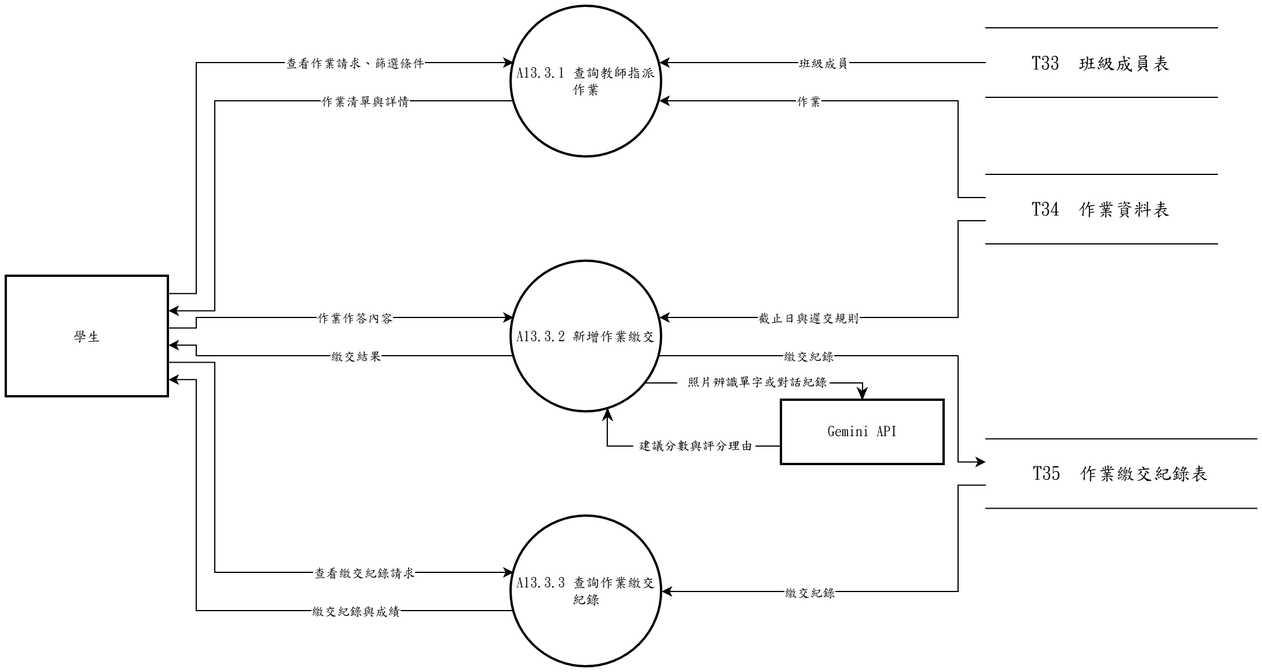
The draw.io diagram 系統文件/第6章/DFD圖/圖13/圖13-3.drawio.png in s22452007/115502, before a commit. Source tidied: cells renumbered, new cells last; positions are measured from the earlier drawing's top-left corner, leaving out a move shared by most shapes.
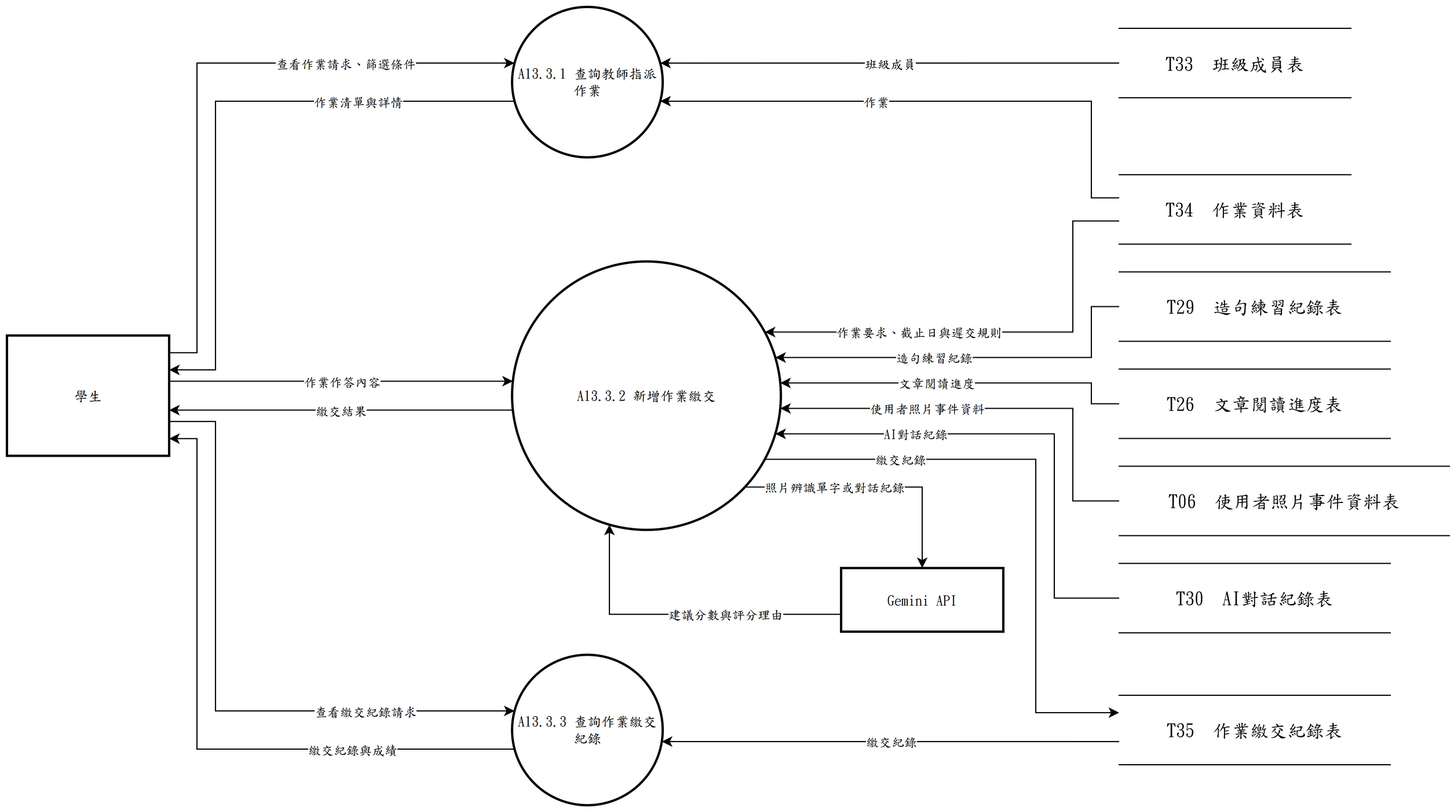
Above is the later version.

The edit, as a diff of the source:
```diff
@@ -6,44 +6,56 @@
       <mxGeometry x="436" width="130" height="130" as="geometry" />
     </mxCell>
     <mxCell id="3" value="A13.3.2 新增作業繳交" style="ellipse;strokeWidth=2;whiteSpace=wrap;html=1;fontFamily=標楷體;" parent="1" vertex="1">
-      <mxGeometry x="436" y="220" width="130" height="130" as="geometry" />
+      <mxGeometry x="436" y="220" width="232" height="232" as="geometry" />
     </mxCell>
     <mxCell id="4" value="A13.3.3 查詢作業繳交紀錄" style="ellipse;strokeWidth=2;whiteSpace=wrap;html=1;fontFamily=標楷體;" parent="1" vertex="1">
-      <mxGeometry x="436" y="440" width="130" height="130" as="geometry" />
+      <mxGeometry x="436" y="560" width="130" height="130" as="geometry" />
     </mxCell>
     <mxCell id="5" value="學生" style="whiteSpace=wrap;strokeWidth=2;html=1;fontFamily=標楷體;" parent="1" vertex="1">
-      <mxGeometry y="233" width="140" height="104" as="geometry" />
+      <mxGeometry y="284" width="140" height="104" as="geometry" />
     </mxCell>
     <mxCell id="6" value="T33  班級成員表" style="shape=partialRectangle;whiteSpace=wrap;html=1;left=0;right=0;fontFamily=標楷體;fontSize=16;" parent="1" vertex="1">
-      <mxGeometry x="846" y="18.5" width="200" height="60" as="geometry" />
+      <mxGeometry x="960" y="18.5" width="200" height="60" as="geometry" />
     </mxCell>
     <mxCell id="7" value="T34  作業資料表" style="shape=partialRectangle;whiteSpace=wrap;html=1;left=0;right=0;fontFamily=標楷體;fontSize=16;" parent="1" vertex="1">
-      <mxGeometry x="846" y="145" width="200" height="60" as="geometry" />
+      <mxGeometry x="960" y="145" width="200" height="60" as="geometry" />
     </mxCell>
+    <mxCell id="36" value="T30  AI對話紀錄表" style="shape=partialRectangle;whiteSpace=wrap;html=1;left=0;right=0;fontFamily=標楷體;fontSize=16;" parent="1" vertex="1">
+      <mxGeometry x="960" y="481" width="234" height="60" as="geometry" />
+    </mxCell>
+    <mxCell id="37" value="T06  使用者照片事件資料表" style="shape=partialRectangle;whiteSpace=wrap;html=1;left=0;right=0;fontFamily=標楷體;fontSize=16;" parent="1" vertex="1">
+      <mxGeometry x="960" y="397" width="285" height="60" as="geometry" />
+    </mxCell>
+    <mxCell id="38" value="T26  文章閱讀進度表" style="shape=partialRectangle;whiteSpace=wrap;html=1;left=0;right=0;fontFamily=標楷體;fontSize=16;" parent="1" vertex="1">
+      <mxGeometry x="960" y="313" width="234" height="60" as="geometry" />
+    </mxCell>
+    <mxCell id="39" value="T29  造句練習紀錄表" style="shape=partialRectangle;whiteSpace=wrap;html=1;left=0;right=0;fontFamily=標楷體;fontSize=16;" parent="1" vertex="1">
+      <mxGeometry x="960" y="229" width="234" height="60" as="geometry" />
+    </mxCell>
     <mxCell id="8" value="T35  作業繳交紀錄表" style="shape=partialRectangle;whiteSpace=wrap;html=1;left=0;right=0;fontFamily=標楷體;fontSize=16;" parent="1" vertex="1">
-      <mxGeometry x="846" y="373.2" width="234" height="60" as="geometry" />
+      <mxGeometry x="960" y="595" width="234" height="60" as="geometry" />
     </mxCell>
     <mxCell id="9" style="edgeStyle=none;rounded=0;html=1;fontFamily=標楷體;endArrow=classic;exitX=1.0000;exitY=0.1429;exitDx=0;exitDy=0;exitPerimeter=0;entryX=0.0163;entryY=0.3733;entryDx=0;entryDy=0;entryPerimeter=0;" parent="1" edge="1" source="5" target="2">
       <mxGeometry relative="1" as="geometry">
         <Array as="points">
-          <mxPoint x="164" y="247.9" />
+          <mxPoint x="164" y="298.9" />
           <mxPoint x="164" y="48.5" />
         </Array>
       </mxGeometry>
     </mxCell>
     <mxCell id="10" value="查看作業請求、篩選條件" style="edgeLabel;html=1;align=center;verticalAlign=middle;fontFamily=標楷體;" parent="9" vertex="1">
-      <mxGeometry x="0.45" relative="1" as="geometry" />
+      <mxGeometry x="0.47" relative="1" as="geometry" />
     </mxCell>
     <mxCell id="11" style="edgeStyle=none;rounded=0;html=1;fontFamily=標楷體;endArrow=classic;exitX=0.0000;exitY=0.3333;exitDx=0;exitDy=0;exitPerimeter=0;entryX=0.9837;entryY=0.6267;entryDx=0;entryDy=0;entryPerimeter=0;" parent="1" edge="1" source="7" target="2">
       <mxGeometry relative="1" as="geometry">
         <Array as="points">
-          <mxPoint x="822" y="165" />
-          <mxPoint x="822" y="81.5" />
+          <mxPoint x="936" y="165" />
+          <mxPoint x="936" y="81.5" />
         </Array>
       </mxGeometry>
     </mxCell>
     <mxCell id="12" value="作業" style="edgeLabel;html=1;align=center;verticalAlign=middle;fontFamily=標楷體;" parent="11" vertex="1">
-      <mxGeometry x="0.29" relative="1" as="geometry" />
+      <mxGeometry x="0.22" relative="1" as="geometry" />
     </mxCell>
     <mxCell id="13" style="edgeStyle=none;rounded=0;html=1;fontFamily=標楷體;endArrow=classic;exitX=0.0000;exitY=0.5000;exitDx=0;exitDy=0;exitPerimeter=0;entryX=0.9837;entryY=0.3733;entryDx=0;entryDy=0;entryPerimeter=0;" parent="1" edge="1" source="6" target="2">
       <mxGeometry relative="1" as="geometry" />
@@ -55,112 +67,141 @@
       <mxGeometry relative="1" as="geometry">
         <Array as="points">
           <mxPoint x="180" y="81.5" />
-          <mxPoint x="180" y="262.7" />
+          <mxPoint x="180" y="313.7" />
         </Array>
       </mxGeometry>
     </mxCell>
     <mxCell id="16" value="作業清單與詳情" style="edgeLabel;html=1;align=center;verticalAlign=middle;fontFamily=標楷體;" parent="15" vertex="1">
-      <mxGeometry x="-0.46" relative="1" as="geometry" />
+      <mxGeometry x="-0.49" relative="1" as="geometry" />
     </mxCell>
-    <mxCell id="17" style="edgeStyle=none;rounded=0;html=1;fontFamily=標楷體;endArrow=classic;exitX=1.0000;exitY=0.4286;exitDx=0;exitDy=0;exitPerimeter=0;entryX=0.0163;entryY=0.3733;entryDx=0;entryDy=0;entryPerimeter=0;" parent="1" edge="1" source="5" target="3">
-      <mxGeometry relative="1" as="geometry">
-        <Array as="points">
-          <mxPoint x="164" y="277.6" />
-          <mxPoint x="164" y="268.5" />
-        </Array>
-      </mxGeometry>
+    <mxCell id="17" style="edgeStyle=none;rounded=0;html=1;fontFamily=標楷體;endArrow=classic;exitX=1.0000;exitY=0.3800;exitDx=0;exitDy=0;exitPerimeter=0;entryX=0.0029;entryY=0.4462;entryDx=0;entryDy=0;entryPerimeter=0;" parent="1" edge="1" source="5" target="3">
+      <mxGeometry relative="1" as="geometry" />
     </mxCell>
     <mxCell id="18" value="作業作答內容" style="edgeLabel;html=1;align=center;verticalAlign=middle;fontFamily=標楷體;" parent="17" vertex="1">
-      <mxGeometry x="0.11" relative="1" as="geometry" />
+      <mxGeometry relative="1" as="geometry" />
     </mxCell>
-    <mxCell id="19" style="edgeStyle=none;rounded=0;html=1;fontFamily=標楷體;endArrow=classic;exitX=0.0000;exitY=0.6667;exitDx=0;exitDy=0;exitPerimeter=0;entryX=0.9837;entryY=0.3733;entryDx=0;entryDy=0;entryPerimeter=0;" parent="1" edge="1" source="7" target="3">
+    <mxCell id="19" style="edgeStyle=none;rounded=0;html=1;fontFamily=標楷體;endArrow=classic;exitX=0.0000;exitY=0.6667;exitDx=0;exitDy=0;exitPerimeter=0;entryX=0.9402;entryY=0.2629;entryDx=0;entryDy=0;entryPerimeter=0;" parent="1" edge="1" source="7" target="3">
       <mxGeometry relative="1" as="geometry">
         <Array as="points">
-          <mxPoint x="822" y="185" />
-          <mxPoint x="822" y="268.5" />
+          <mxPoint x="920" y="185" />
+          <mxPoint x="920" y="281" />
         </Array>
       </mxGeometry>
     </mxCell>
-    <mxCell id="20" value="截止日與遲交規則" style="edgeLabel;html=1;align=center;verticalAlign=middle;fontFamily=標楷體;" parent="19" vertex="1">
-      <mxGeometry x="0.29" relative="1" as="geometry" />
+    <mxCell id="20" value="作業要求、截止日與遲交規則" style="edgeLabel;html=1;align=center;verticalAlign=middle;fontFamily=標楷體;" parent="19" vertex="1">
+      <mxGeometry x="0.34" relative="1" as="geometry" />
     </mxCell>
-    <mxCell id="21" style="edgeStyle=none;rounded=0;html=1;fontFamily=標楷體;endArrow=classic;exitX=0.0163;exitY=0.6267;exitDx=0;exitDy=0;exitPerimeter=0;entryX=1.0000;entryY=0.5714;entryDx=0;entryDy=0;entryPerimeter=0;" parent="1" edge="1" source="3" target="5">
-      <mxGeometry relative="1" as="geometry">
-        <Array as="points">
-          <mxPoint x="164" y="301.5" />
-          <mxPoint x="164" y="292.4" />
-        </Array>
-      </mxGeometry>
+    <mxCell id="21" style="edgeStyle=none;rounded=0;html=1;fontFamily=標楷體;endArrow=classic;exitX=0.0029;exitY=0.5538;exitDx=0;exitDy=0;exitPerimeter=0;entryX=1.0000;entryY=0.6200;entryDx=0;entryDy=0;entryPerimeter=0;" parent="1" edge="1" source="3" target="5">
+      <mxGeometry relative="1" as="geometry" />
     </mxCell>
     <mxCell id="22" value="繳交結果" style="edgeLabel;html=1;align=center;verticalAlign=middle;fontFamily=標楷體;" parent="21" vertex="1">
-      <mxGeometry x="-0.11" relative="1" as="geometry" />
+      <mxGeometry relative="1" as="geometry" />
     </mxCell>
-    <mxCell id="23" style="edgeStyle=none;rounded=0;html=1;fontFamily=標楷體;endArrow=classic;exitX=0.9837;exitY=0.6267;exitDx=0;exitDy=0;exitPerimeter=0;entryX=0.0000;entryY=0.3333;entryDx=0;entryDy=0;entryPerimeter=0;" parent="1" edge="1" source="3" target="8">
+    <mxCell id="23" style="edgeStyle=none;rounded=0;html=1;fontFamily=標楷體;endArrow=classic;exitX=0.9402;exitY=0.7371;exitDx=0;exitDy=0;exitPerimeter=0;entryX=0.0000;entryY=0.2500;entryDx=0;entryDy=0;entryPerimeter=0;" parent="1" edge="1" source="3" target="8">
       <mxGeometry relative="1" as="geometry">
         <Array as="points">
-          <mxPoint x="822" y="301.5" />
-          <mxPoint x="822" y="393.2" />
+          <mxPoint x="888" y="391" />
+          <mxPoint x="888" y="610" />
         </Array>
       </mxGeometry>
     </mxCell>
     <mxCell id="24" value="繳交紀錄" style="edgeLabel;html=1;align=center;verticalAlign=middle;fontFamily=標楷體;" parent="23" vertex="1">
-      <mxGeometry x="-0.31" relative="1" as="geometry" />
+      <mxGeometry x="-0.55" relative="1" as="geometry" />
     </mxCell>
     <mxCell id="25" style="edgeStyle=none;rounded=0;html=1;fontFamily=標楷體;endArrow=classic;exitX=1.0000;exitY=0.7143;exitDx=0;exitDy=0;exitPerimeter=0;entryX=0.0163;entryY=0.3733;entryDx=0;entryDy=0;entryPerimeter=0;" parent="1" edge="1" source="5" target="4">
       <mxGeometry relative="1" as="geometry">
         <Array as="points">
-          <mxPoint x="180" y="307.3" />
-          <mxPoint x="180" y="488.5" />
+          <mxPoint x="180" y="358.3" />
+          <mxPoint x="180" y="608.5" />
         </Array>
       </mxGeometry>
     </mxCell>
     <mxCell id="26" value="查看繳交紀錄請求" style="edgeLabel;html=1;align=center;verticalAlign=middle;fontFamily=標楷體;" parent="25" vertex="1">
-      <mxGeometry x="0.46" relative="1" as="geometry" />
+      <mxGeometry x="0.53" relative="1" as="geometry" />
     </mxCell>
-    <mxCell id="27" style="edgeStyle=none;rounded=0;html=1;fontFamily=標楷體;endArrow=classic;exitX=0.0000;exitY=0.6667;exitDx=0;exitDy=0;exitPerimeter=0;entryX=1.0000;entryY=0.5000;entryDx=0;entryDy=0;entryPerimeter=0;" parent="1" edge="1" source="8" target="4">
-      <mxGeometry relative="1" as="geometry">
-        <Array as="points">
-          <mxPoint x="822" y="413.2" />
-          <mxPoint x="822" y="505" />
-        </Array>
-      </mxGeometry>
+    <mxCell id="27" style="edgeStyle=none;rounded=0;html=1;fontFamily=標楷體;endArrow=classic;exitX=0.0000;exitY=0.6667;exitDx=0;exitDy=0;exitPerimeter=0;entryX=0.9940;entryY=0.5769;entryDx=0;entryDy=0;entryPerimeter=0;" parent="1" edge="1" source="8" target="4">
+      <mxGeometry relative="1" as="geometry" />
     </mxCell>
     <mxCell id="28" value="繳交紀錄" style="edgeLabel;html=1;align=center;verticalAlign=middle;fontFamily=標楷體;" parent="27" vertex="1">
-      <mxGeometry x="0.31" relative="1" as="geometry" />
+      <mxGeometry relative="1" as="geometry" />
     </mxCell>
     <mxCell id="29" style="edgeStyle=none;rounded=0;html=1;fontFamily=標楷體;endArrow=classic;exitX=0.0163;exitY=0.6267;exitDx=0;exitDy=0;exitPerimeter=0;entryX=1.0000;entryY=0.8571;entryDx=0;entryDy=0;entryPerimeter=0;" parent="1" edge="1" source="4" target="5">
       <mxGeometry relative="1" as="geometry">
         <Array as="points">
-          <mxPoint x="164" y="521.5" />
-          <mxPoint x="164" y="322.1" />
+          <mxPoint x="164" y="641.5" />
+          <mxPoint x="164" y="373.1" />
         </Array>
       </mxGeometry>
     </mxCell>
     <mxCell id="30" value="繳交紀錄與成績" style="edgeLabel;html=1;align=center;verticalAlign=middle;fontFamily=標楷體;" parent="29" vertex="1">
-      <mxGeometry x="-0.45" relative="1" as="geometry" />
+      <mxGeometry x="-0.51" relative="1" as="geometry" />
     </mxCell>
     <mxCell id="31" value="Gemini API" style="whiteSpace=wrap;strokeWidth=2;html=1;fontFamily=標楷體;" parent="1" vertex="1">
-      <mxGeometry x="670" y="340" width="140" height="55" as="geometry" />
+      <mxGeometry x="720" y="485" width="140" height="55" as="geometry" />
     </mxCell>
-    <mxCell id="32" style="edgeStyle=none;rounded=0;html=1;fontFamily=標楷體;endArrow=classic;exitX=0.8941;exitY=0.8077;exitDx=0;exitDy=0;exitPerimeter=0;entryX=0.5000;entryY=0.0000;entryDx=0;entryDy=0;entryPerimeter=0;" parent="1" edge="1" source="3" target="31">
+    <mxCell id="32" style="edgeStyle=none;rounded=0;html=1;fontFamily=標楷體;endArrow=classic;exitX=0.8661;exitY=0.8405;exitDx=0;exitDy=0;exitPerimeter=0;entryX=0.5000;entryY=0.0000;entryDx=0;entryDy=0;entryPerimeter=0;" parent="1" edge="1" source="3" target="31">
       <mxGeometry relative="1" as="geometry">
         <Array as="points">
-          <mxPoint x="740" y="325" />
+          <mxPoint x="790" y="415" />
         </Array>
       </mxGeometry>
     </mxCell>
     <mxCell id="33" value="照片辨識單字或對話紀錄" style="edgeLabel;html=1;align=center;verticalAlign=middle;fontFamily=標楷體;" parent="32" vertex="1">
-      <mxGeometry x="-0.07" relative="1" as="geometry" />
+      <mxGeometry x="-0.31" relative="1" as="geometry" />
     </mxCell>
-    <mxCell id="34" style="edgeStyle=none;rounded=0;html=1;fontFamily=標楷體;endArrow=classic;exitX=0.0000;exitY=0.7273;exitDx=0;exitDy=0;exitPerimeter=0;entryX=0.6462;entryY=0.9782;entryDx=0;entryDy=0;entryPerimeter=0;" parent="1" edge="1" source="31" target="3">
+    <mxCell id="34" style="edgeStyle=none;rounded=0;html=1;fontFamily=標楷體;endArrow=classic;exitX=0.0000;exitY=0.7273;exitDx=0;exitDy=0;exitPerimeter=0;entryX=0.3621;entryY=0.9806;entryDx=0;entryDy=0;entryPerimeter=0;" parent="1" edge="1" source="31" target="3">
       <mxGeometry relative="1" as="geometry">
         <Array as="points">
-          <mxPoint x="520" y="380" />
+          <mxPoint x="520" y="525" />
         </Array>
       </mxGeometry>
     </mxCell>
     <mxCell id="35" value="建議分數與評分理由" style="edgeLabel;html=1;align=center;verticalAlign=middle;fontFamily=標楷體;" parent="34" vertex="1">
-      <mxGeometry x="-0.18" relative="1" as="geometry" />
+      <mxGeometry x="-0.28" relative="1" as="geometry" />
     </mxCell>
+    <mxCell id="40" style="edgeStyle=none;rounded=0;html=1;fontFamily=標楷體;endArrow=classic;exitX=0.0000;exitY=0.5000;exitDx=0;exitDy=0;exitPerimeter=0;entryX=0.9793;entryY=0.3578;entryDx=0;entryDy=0;entryPerimeter=0;" parent="1" edge="1" source="39" target="3">
+      <mxGeometry relative="1" as="geometry">
+        <Array as="points">
+          <mxPoint x="936" y="259" />
+          <mxPoint x="936" y="303" />
+        </Array>
+      </mxGeometry>
+    </mxCell>
+    <mxCell id="41" value="造句練習紀錄" style="edgeLabel;html=1;align=center;verticalAlign=middle;fontFamily=標楷體;" parent="40" vertex="1">
+      <mxGeometry x="0.2" relative="1" as="geometry" />
+    </mxCell>
+    <mxCell id="42" style="edgeStyle=none;rounded=0;html=1;fontFamily=標楷體;endArrow=classic;exitX=0.0000;exitY=0.5000;exitDx=0;exitDy=0;exitPerimeter=0;entryX=0.9977;entryY=0.4526;entryDx=0;entryDy=0;entryPerimeter=0;" parent="1" edge="1" source="38" target="3">
+      <mxGeometry relative="1" as="geometry">
+        <Array as="points">
+          <mxPoint x="936" y="343" />
+          <mxPoint x="936" y="325" />
+        </Array>
+      </mxGeometry>
+    </mxCell>
+    <mxCell id="43" value="文章閱讀進度" style="edgeLabel;html=1;align=center;verticalAlign=middle;fontFamily=標楷體;" parent="42" vertex="1">
+      <mxGeometry x="0.14" relative="1" as="geometry" />
+    </mxCell>
+    <mxCell id="44" style="edgeStyle=none;rounded=0;html=1;fontFamily=標楷體;endArrow=classic;exitX=0.0000;exitY=0.5000;exitDx=0;exitDy=0;exitPerimeter=0;entryX=0.9977;entryY=0.5474;entryDx=0;entryDy=0;entryPerimeter=0;" parent="1" edge="1" source="37" target="3">
+      <mxGeometry relative="1" as="geometry">
+        <Array as="points">
+          <mxPoint x="920" y="427" />
+          <mxPoint x="920" y="347" />
+        </Array>
+      </mxGeometry>
+    </mxCell>
+    <mxCell id="45" value="使用者照片事件資料" style="edgeLabel;html=1;align=center;verticalAlign=middle;fontFamily=標楷體;" parent="44" vertex="1">
+      <mxGeometry x="0.32" relative="1" as="geometry" />
+    </mxCell>
+    <mxCell id="46" style="edgeStyle=none;rounded=0;html=1;fontFamily=標楷體;endArrow=classic;exitX=0.0000;exitY=0.5000;exitDx=0;exitDy=0;exitPerimeter=0;entryX=0.9793;entryY=0.6422;entryDx=0;entryDy=0;entryPerimeter=0;" parent="1" edge="1" source="36" target="3">
+      <mxGeometry relative="1" as="geometry">
+        <Array as="points">
+          <mxPoint x="904" y="511" />
+          <mxPoint x="904" y="369" />
+        </Array>
+      </mxGeometry>
+    </mxCell>
+    <mxCell id="47" value="AI對話紀錄" style="edgeLabel;html=1;align=center;verticalAlign=middle;fontFamily=標楷體;" parent="46" vertex="1">
+      <mxGeometry x="0.45" relative="1" as="geometry" />
+    </mxCell>
   </root>
 </mxGraphModel>
```
